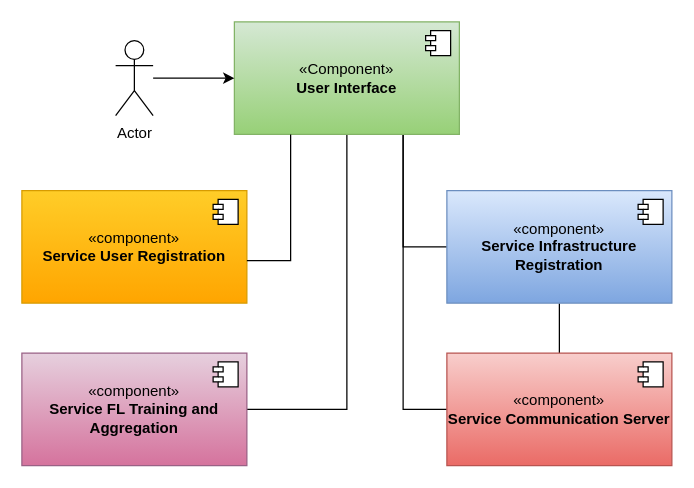
anandanlk/Drawings keeps this draw.io diagram as Thesis/Logical View.drawio. Above is the earlier version. Source tidied: cells renumbered, new cells numbered last; positions are measured from the earlier drawing's top-left corner, leaving out a move shared by most shapes. Both pictures are drawn from the tidied source at 125%, with x=0, y=0 at pixel (21, 21).
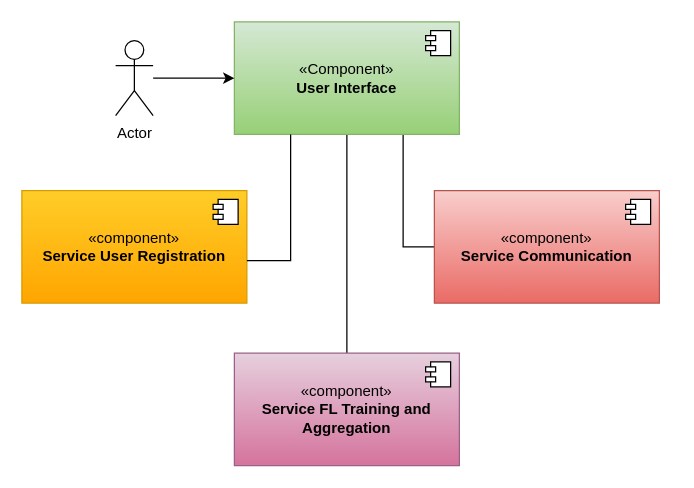
Above is the later version.

Unchanged cells that the change refers to:
```xml
<mxCell id="5" value="«Component»&lt;br&gt;&lt;b&gt;User Interface&lt;/b&gt;" style="html=1;whiteSpace=wrap;fillColor=#d5e8d4;strokeColor=#82b366;gradientColor=#97d077;" parent="1" vertex="1">
  <mxGeometry x="170" width="180" height="90" as="geometry" />
</mxCell>
```

The edit, as a diff of the source:
```diff
@@
-    <mxCell id="2" style="edgeStyle=orthogonalEdgeStyle;rounded=0;jettySize=auto;html=1;exitX=0.75;exitY=1;exitDx=0;exitDy=0;entryX=0;entryY=0.5;entryDx=0;entryDy=0;endArrow=none;endFill=0;" parent="1" edge="1" source="5" target="12">
-      <mxGeometry relative="1" as="geometry" />
-    </mxCell>
-    <mxCell id="3" style="edgeStyle=orthogonalEdgeStyle;rounded=0;jettySize=auto;html=1;exitX=0.5;exitY=1;exitDx=0;exitDy=0;entryX=1;entryY=0.5;entryDx=0;entryDy=0;endArrow=none;endFill=0;" parent="1" edge="1" source="5" target="14">
+    <mxCell id="3" style="edgeStyle=orthogonalEdgeStyle;rounded=0;jettySize=auto;html=1;exitX=0.5;exitY=1;exitDx=0;exitDy=0;endArrow=none;endFill=0;entryX=0.5;entryY=0;entryDx=0;entryDy=0;" parent="1" edge="1" source="5" target="14">
       <mxGeometry relative="1" as="geometry" />
     </mxCell>
@@
-    <mxCell id="11" style="edgeStyle=orthogonalEdgeStyle;rounded=0;jettySize=auto;html=1;exitX=0.5;exitY=1;exitDx=0;exitDy=0;entryX=0.5;entryY=0;entryDx=0;entryDy=0;endArrow=none;endFill=0;" parent="1" edge="1" source="12" target="16">
-      <mxGeometry relative="1" as="geometry" />
-    </mxCell>
-    <mxCell id="12" value="«component»&lt;br&gt;&lt;b&gt;Service Infrastructure Registration&lt;/b&gt;" style="html=1;whiteSpace=wrap;fillColor=#dae8fc;strokeColor=#6c8ebf;gradientColor=#7ea6e0;" parent="1" vertex="1">
-      <mxGeometry x="340" y="135" width="180" height="90" as="geometry" />
-    </mxCell>
-    <mxCell id="13" style="shape=module;jettyWidth=8;jettyHeight=4;" parent="12" vertex="1">
-      <mxGeometry x="1" width="20" height="20" relative="1" as="geometry">
-        <mxPoint x="-27" y="7" as="offset" />
-      </mxGeometry>
-    </mxCell>
     <mxCell id="14" value="«component»&lt;br&gt;&lt;b&gt;Service FL Training and Aggregation&lt;/b&gt;" style="html=1;whiteSpace=wrap;fillColor=#e6d0de;strokeColor=#996185;gradientColor=#d5739d;" parent="1" vertex="1">
-      <mxGeometry y="265" width="180" height="90" as="geometry" />
+      <mxGeometry x="170" y="265" width="180" height="90" as="geometry" />
     </mxCell>
@@
-    <mxCell id="16" value="«component»&lt;br&gt;&lt;b&gt;Service Communication Server&lt;/b&gt;" style="html=1;whiteSpace=wrap;fillColor=#f8cecc;gradientColor=#ea6b66;strokeColor=#b85450;" parent="1" vertex="1">
-      <mxGeometry x="340" y="265" width="180" height="90" as="geometry" />
+    <mxCell id="16" value="«component»&lt;br&gt;&lt;b&gt;Service Communication&lt;/b&gt;" style="html=1;whiteSpace=wrap;fillColor=#f8cecc;gradientColor=#ea6b66;strokeColor=#b85450;" parent="1" vertex="1">
+      <mxGeometry x="330" y="135" width="180" height="90" as="geometry" />
     </mxCell>
```
